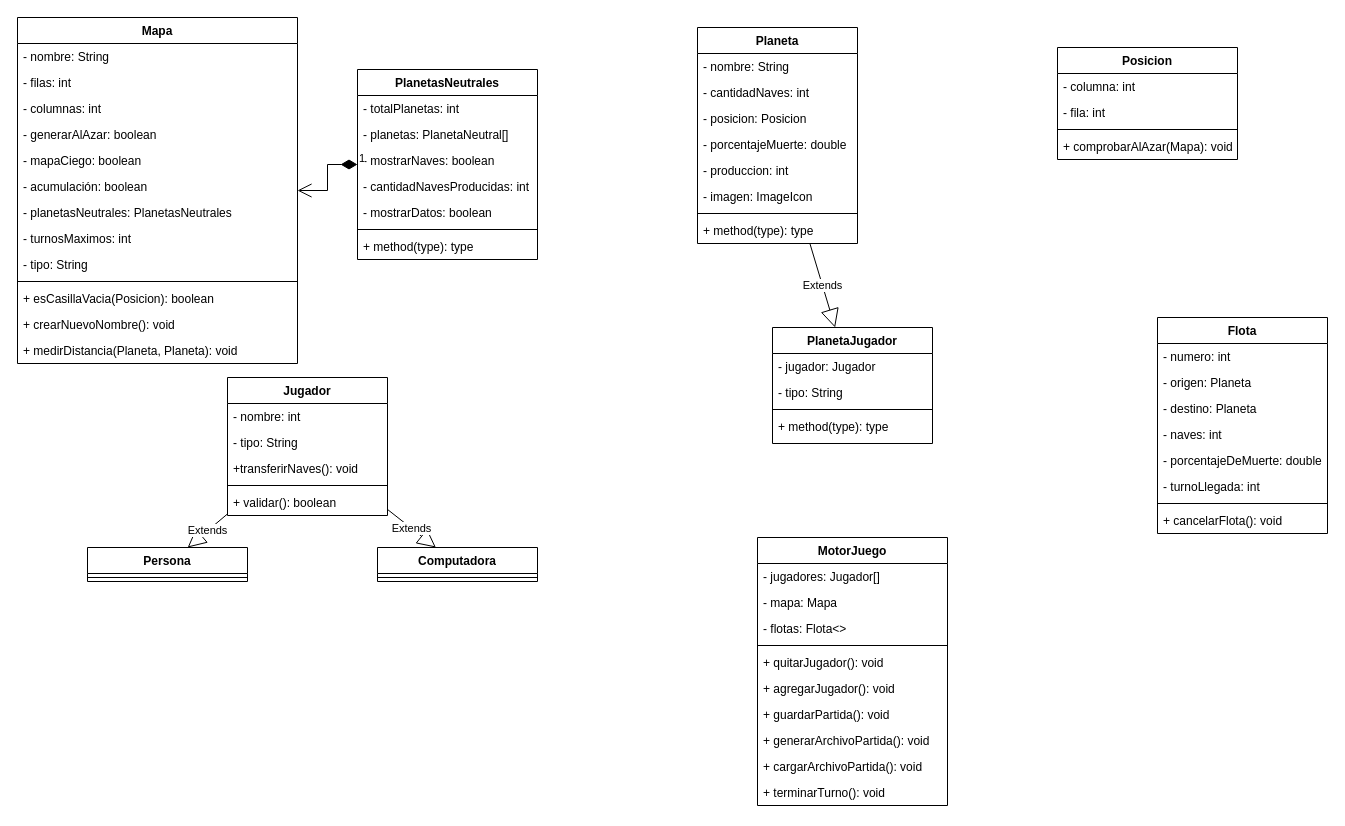
The draw.io diagram UML.drawio in alejandro-vasquez-es/konquest, before the edit. Source tidied: cells renumbered, new cells numbered last; positions are measured from the earlier drawing's top-left corner, leaving out a move shared by most shapes. Both pictures are drawn from the tidied source at 100%, with x=0, y=0 at pixel (17, 17).
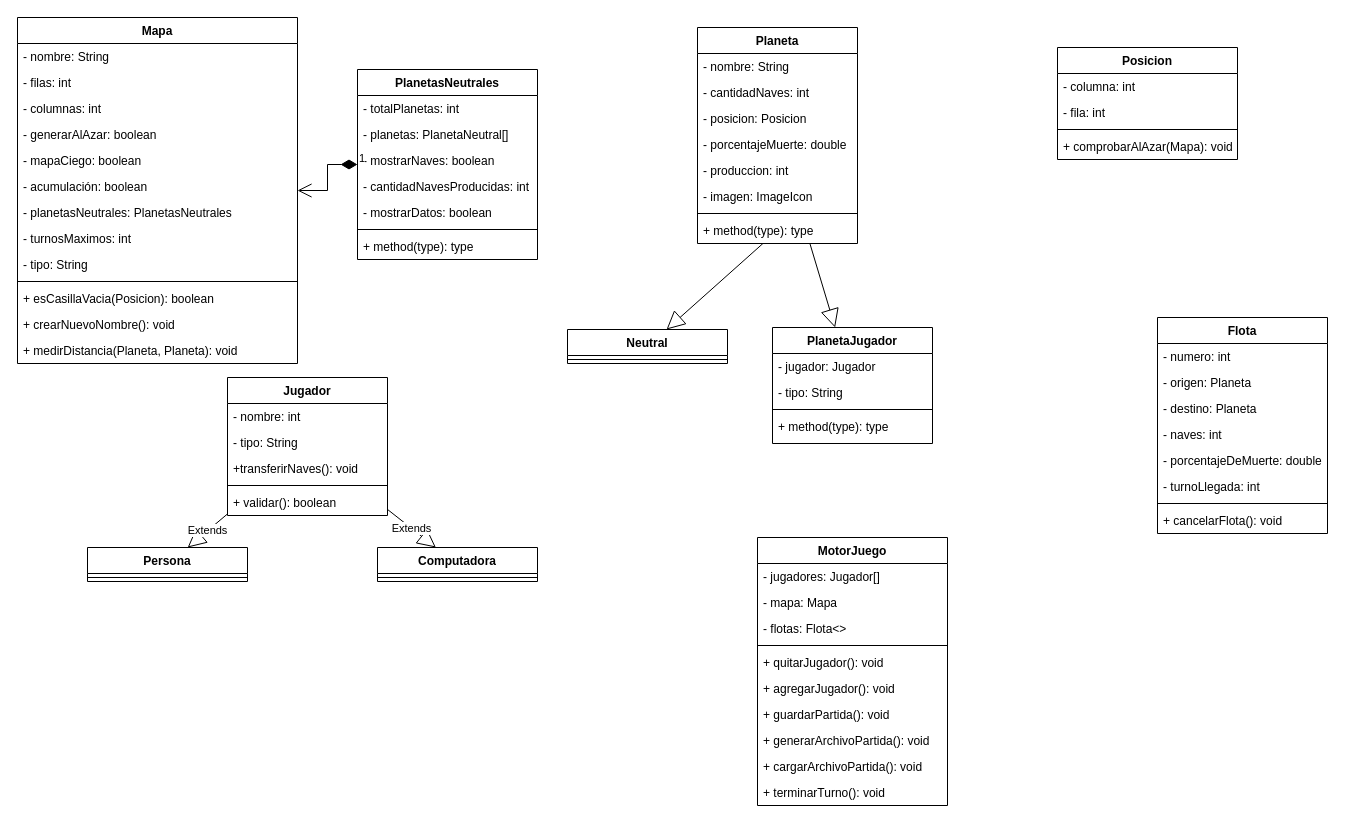
Above is the later version.

Unchanged cells that the change refers to:
```xml
<mxCell id="31" value="PlanetaJugador" style="swimlane;fontStyle=1;align=center;verticalAlign=top;horizontal=1;startSize=26;" parent="1" vertex="1">
  <mxGeometry x="755" y="310" width="160" height="116" as="geometry" />
</mxCell>
<mxCell id="67" value="Planeta" style="swimlane;fontStyle=1;align=center;verticalAlign=top;horizontal=1;startSize=26;" parent="1" vertex="1">
  <mxGeometry x="680" y="10" width="160" height="216" as="geometry" />
</mxCell>
<mxCell id="75" value="+ method(type): type" style="text;strokeColor=none;fillColor=none;align=left;verticalAlign=top;spacingLeft=4;spacingRight=4;overflow=hidden;points=[[0,0.5],[1,0.5]];portConstraint=eastwest;" parent="67" vertex="1">
  <mxGeometry y="190" width="160" height="26" as="geometry" />
</mxCell>
```

The edit, as a diff of the source:
```diff
@@
-    <mxCell id="76" value="Extends" style="endArrow=block;endSize=16;endFill=0;html=1;rounded=0;" parent="1" edge="1" source="67" target="31">
+    <mxCell id="76" style="endArrow=block;endSize=16;endFill=0;html=1;rounded=0;" parent="1" edge="1" source="67" target="31">
       <mxGeometry relative="1" as="geometry" />
     </mxCell>
+    <mxCell id="77" value="Neutral" style="swimlane;fontStyle=1;align=center;verticalAlign=top;horizontal=1;startSize=26;" parent="1" vertex="1">
+      <mxGeometry x="550" y="312" width="160" height="34" as="geometry" />
+    </mxCell>
+    <mxCell id="78" style="line;strokeWidth=1;fillColor=none;align=left;verticalAlign=middle;spacingTop=-1;spacingLeft=3;spacingRight=3;labelPosition=right;" parent="77" vertex="1">
+      <mxGeometry y="26" width="160" height="8" as="geometry" />
+    </mxCell>
+    <mxCell id="79" style="endArrow=block;endSize=16;endFill=0;html=1;rounded=0;" parent="1" edge="1" source="75" target="77">
+      <mxGeometry relative="1" as="geometry" />
+    </mxCell>
```
